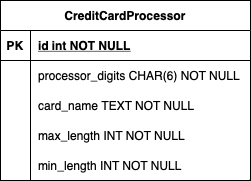
The draw.io diagram Database Diagram.png in SorenEdwards/py-credit-card-validity, before a commit. Source tidied: cells renumbered, new cells last; positions are measured from the earlier drawing's top-left corner, leaving out a move shared by most shapes. Source of this version:
```xml
<mxGraphModel>
  <root>
    <mxCell id="0" />
    <mxCell id="1" parent="0" />
    <mxCell id="2" value="CreditCardProcessor" style="shape=table;startSize=30;rowLines=0;fontStyle=1;align=center;" parent="1" vertex="1">
      <mxGeometry width="250" height="180" as="geometry" />
    </mxCell>
    <mxCell id="3" style="shape=partialRectangle;fillColor=none;top=0;left=0;right=0;bottom=1;" parent="2" vertex="1">
      <mxGeometry y="30" width="250" height="30" as="geometry" />
    </mxCell>
    <mxCell id="4" value="PK" style="shape=partialRectangle;overflow=hidden;fillColor=none;top=0;left=0;bottom=0;right=0;fontStyle=1;" parent="3" vertex="1">
      <mxGeometry width="30" height="30" as="geometry" />
    </mxCell>
    <mxCell id="5" value="id int NOT NULL " style="shape=partialRectangle;overflow=hidden;fillColor=none;top=0;left=0;bottom=0;right=0;align=left;spacingLeft=6;fontStyle=5;" parent="3" vertex="1">
      <mxGeometry x="30" width="220" height="30" as="geometry" />
    </mxCell>
    <mxCell id="6" style="shape=partialRectangle;fillColor=none;top=0;left=0;right=0;bottom=0;" parent="2" vertex="1">
      <mxGeometry y="60" width="250" height="30" as="geometry" />
    </mxCell>
    <mxCell id="7" style="shape=partialRectangle;overflow=hidden;fillColor=none;top=0;left=0;bottom=0;right=0;" parent="6" vertex="1">
      <mxGeometry width="30" height="30" as="geometry" />
    </mxCell>
    <mxCell id="8" value="processor_digits CHAR(6) NOT NULL" style="shape=partialRectangle;overflow=hidden;fillColor=none;top=0;left=0;bottom=0;right=0;align=left;spacingLeft=6;" parent="6" vertex="1">
      <mxGeometry x="30" width="220" height="30" as="geometry" />
    </mxCell>
    <mxCell id="9" style="shape=partialRectangle;fillColor=none;top=0;left=0;right=0;bottom=0;" parent="2" vertex="1">
      <mxGeometry y="90" width="250" height="30" as="geometry" />
    </mxCell>
    <mxCell id="10" style="shape=partialRectangle;overflow=hidden;fillColor=none;top=0;left=0;bottom=0;right=0;" parent="9" vertex="1">
      <mxGeometry width="30" height="30" as="geometry" />
    </mxCell>
    <mxCell id="11" value="card_name TEXT NOT NULL" style="shape=partialRectangle;overflow=hidden;fillColor=none;top=0;left=0;bottom=0;right=0;align=left;spacingLeft=6;" parent="9" vertex="1">
      <mxGeometry x="30" width="220" height="30" as="geometry" />
    </mxCell>
    <mxCell id="12" style="shape=partialRectangle;fillColor=none;top=0;left=0;right=0;bottom=0;" parent="2" vertex="1">
      <mxGeometry y="120" width="250" height="30" as="geometry" />
    </mxCell>
    <mxCell id="13" style="shape=partialRectangle;overflow=hidden;fillColor=none;top=0;left=0;bottom=0;right=0;" parent="12" vertex="1">
      <mxGeometry width="30" height="30" as="geometry" />
    </mxCell>
    <mxCell id="14" value="max_length INT NOT NULL" style="shape=partialRectangle;overflow=hidden;fillColor=none;top=0;left=0;bottom=0;right=0;align=left;spacingLeft=6;" parent="12" vertex="1">
      <mxGeometry x="30" width="220" height="30" as="geometry" />
    </mxCell>
    <mxCell id="15" style="shape=partialRectangle;fillColor=none;top=0;left=0;right=0;bottom=0;" parent="2" vertex="1">
      <mxGeometry y="150" width="250" height="30" as="geometry" />
    </mxCell>
    <mxCell id="16" style="shape=partialRectangle;overflow=hidden;fillColor=none;top=0;left=0;bottom=0;right=0;" parent="15" vertex="1">
      <mxGeometry width="30" height="30" as="geometry" />
    </mxCell>
    <mxCell id="17" value="min_length INT NOT NULL" style="shape=partialRectangle;overflow=hidden;fillColor=none;top=0;left=0;bottom=0;right=0;align=left;spacingLeft=6;" parent="15" vertex="1">
      <mxGeometry x="30" width="220" height="30" as="geometry" />
    </mxCell>
  </root>
</mxGraphModel>
```
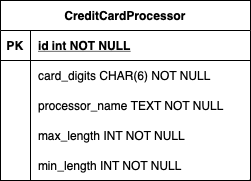
Later version of the same file.

The edit, as a diff of the source:
```diff
@@ -20,7 +20,7 @@
     <mxCell id="7" style="shape=partialRectangle;overflow=hidden;fillColor=none;top=0;left=0;bottom=0;right=0;" parent="6" vertex="1">
       <mxGeometry width="30" height="30" as="geometry" />
     </mxCell>
-    <mxCell id="8" value="processor_digits CHAR(6) NOT NULL" style="shape=partialRectangle;overflow=hidden;fillColor=none;top=0;left=0;bottom=0;right=0;align=left;spacingLeft=6;" parent="6" vertex="1">
+    <mxCell id="8" value="card_digits CHAR(6) NOT NULL" style="shape=partialRectangle;overflow=hidden;fillColor=none;top=0;left=0;bottom=0;right=0;align=left;spacingLeft=6;" parent="6" vertex="1">
       <mxGeometry x="30" width="220" height="30" as="geometry" />
     </mxCell>
     <mxCell id="9" style="shape=partialRectangle;fillColor=none;top=0;left=0;right=0;bottom=0;" parent="2" vertex="1">
@@ -29,7 +29,7 @@
     <mxCell id="10" style="shape=partialRectangle;overflow=hidden;fillColor=none;top=0;left=0;bottom=0;right=0;" parent="9" vertex="1">
       <mxGeometry width="30" height="30" as="geometry" />
     </mxCell>
-    <mxCell id="11" value="card_name TEXT NOT NULL" style="shape=partialRectangle;overflow=hidden;fillColor=none;top=0;left=0;bottom=0;right=0;align=left;spacingLeft=6;" parent="9" vertex="1">
+    <mxCell id="11" value="processor_name TEXT NOT NULL" style="shape=partialRectangle;overflow=hidden;fillColor=none;top=0;left=0;bottom=0;right=0;align=left;spacingLeft=6;" parent="9" vertex="1">
       <mxGeometry x="30" width="220" height="30" as="geometry" />
     </mxCell>
     <mxCell id="12" style="shape=partialRectangle;fillColor=none;top=0;left=0;right=0;bottom=0;" parent="2" vertex="1">
```
